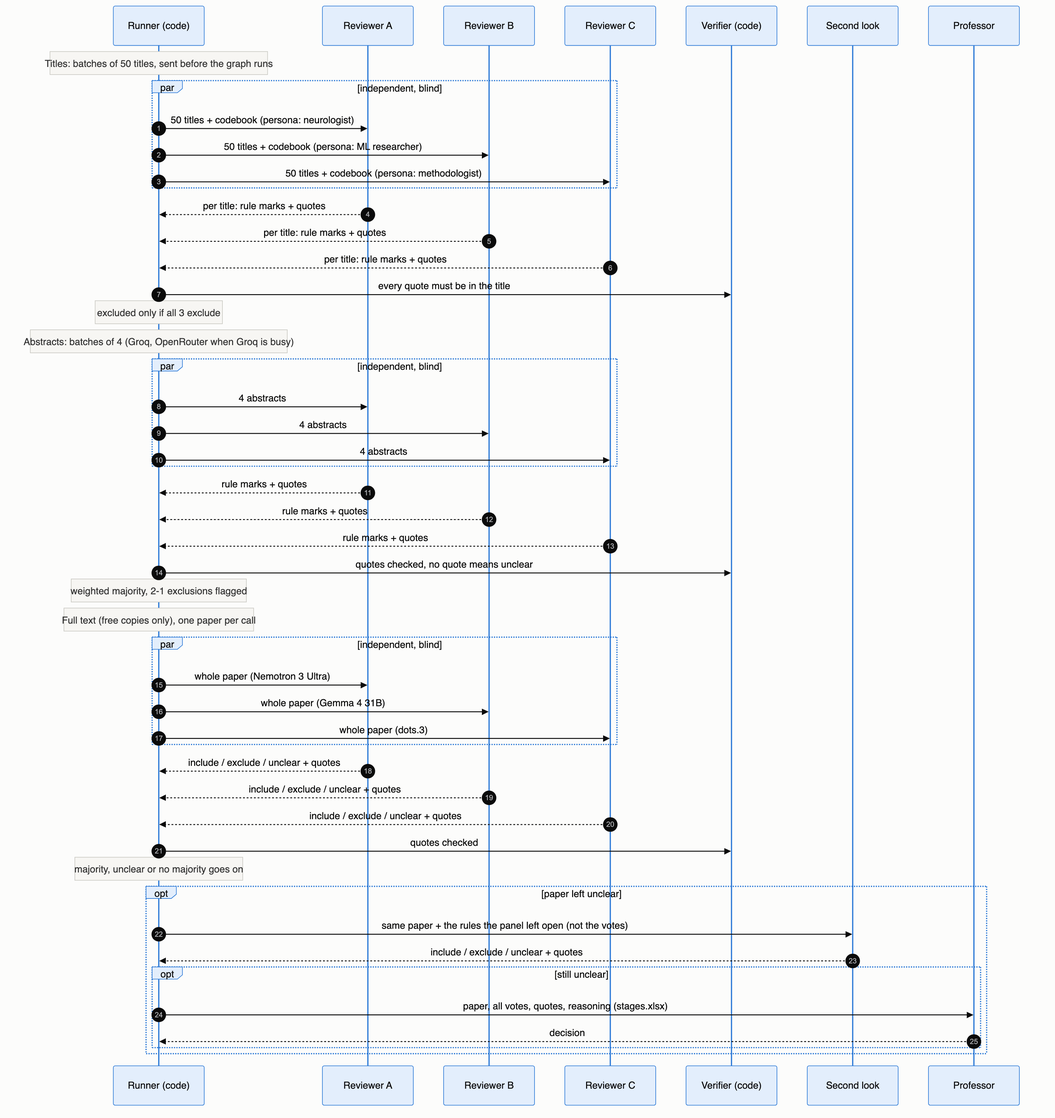
The Mermaid diagram docs/diagrams/agent-interaction-sequence.png in iUtsa/adrd-multiagent-review, before a commit. Its source is kept beside it as docs/diagrams/src/agent-interaction-sequence.mmd.
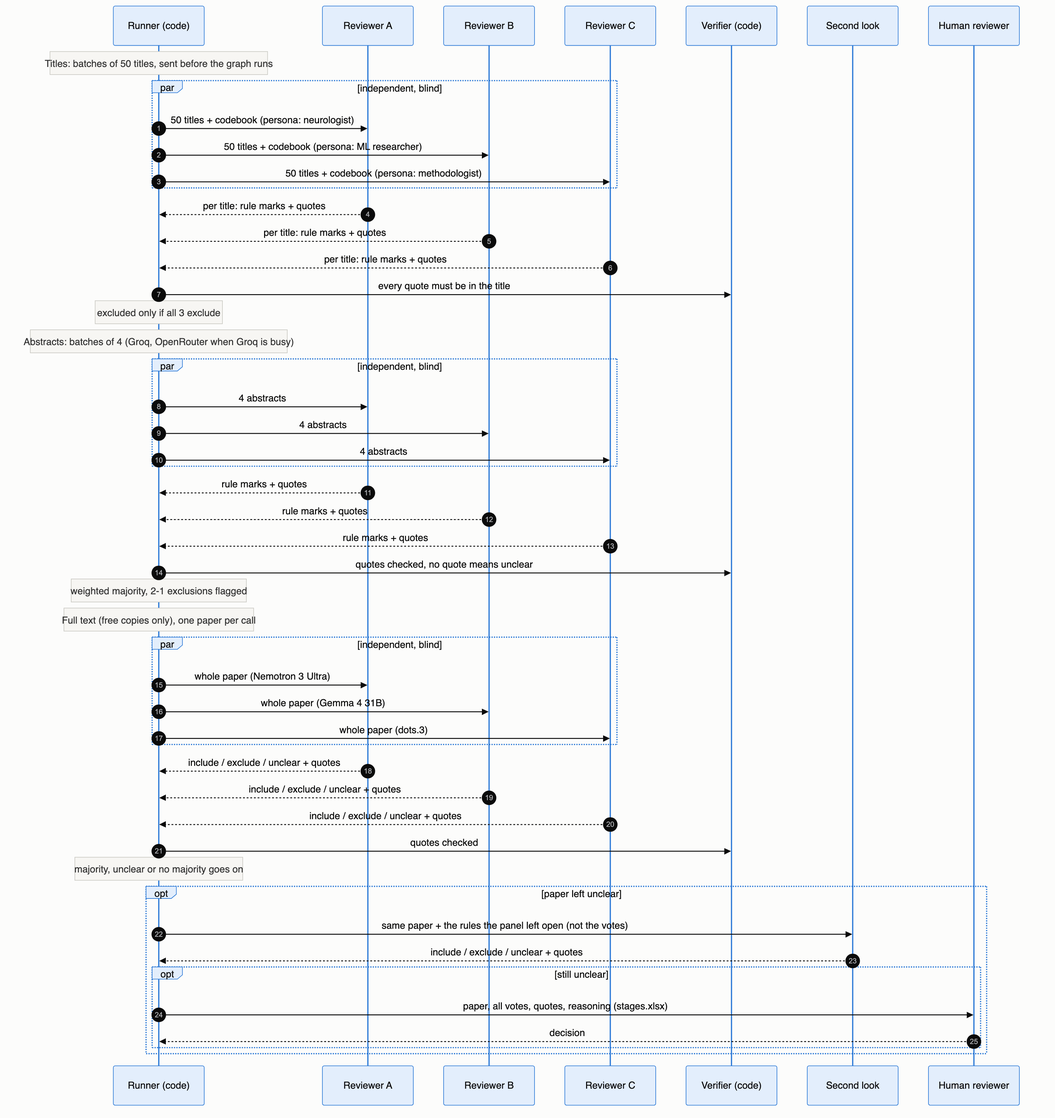
The same diagram one commit later.

Diff of the diagram source:
```diff
@@ -6,7 +6,7 @@
     participant C as Reviewer C
     participant V as Verifier (code)
     participant S as Second look
-    participant P as Professor
+    participant P as Human reviewer
 
     Note over R: Titles: batches of 50 titles, sent before the graph runs
     par independent, blind
```
